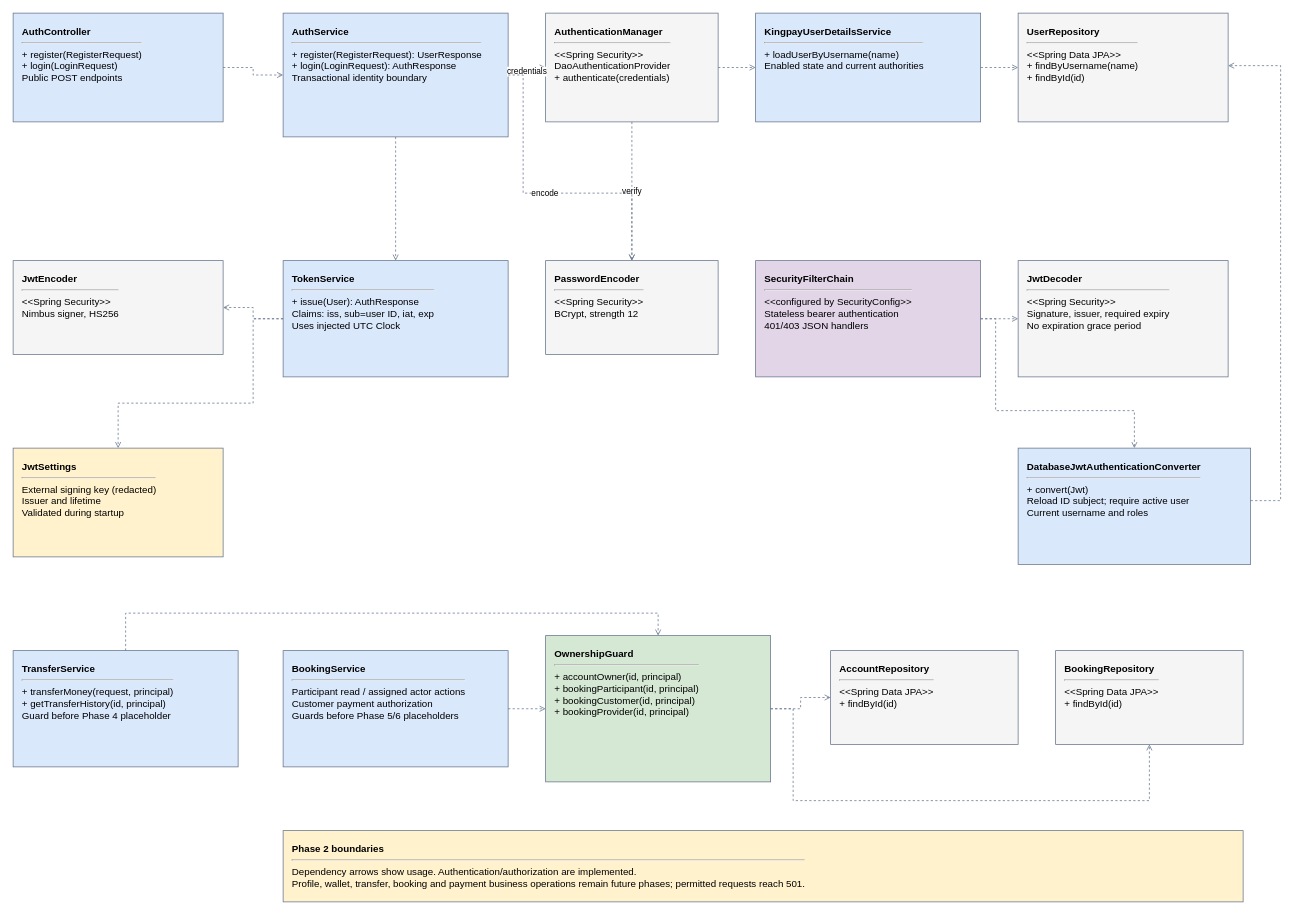
Earlier version of the draw.io diagram page "Phase 2 security" (2 of 3) of Kingpay.drawio (ezra-jeo/MCO1-ezra-jeo). Source tidied: cells renumbered, new cells numbered last; positions are measured from the earlier drawing's top-left corner, leaving out a move shared by most shapes. Both pictures are drawn from the tidied source at 75%, with x=0, y=0 at pixel (13, 13).
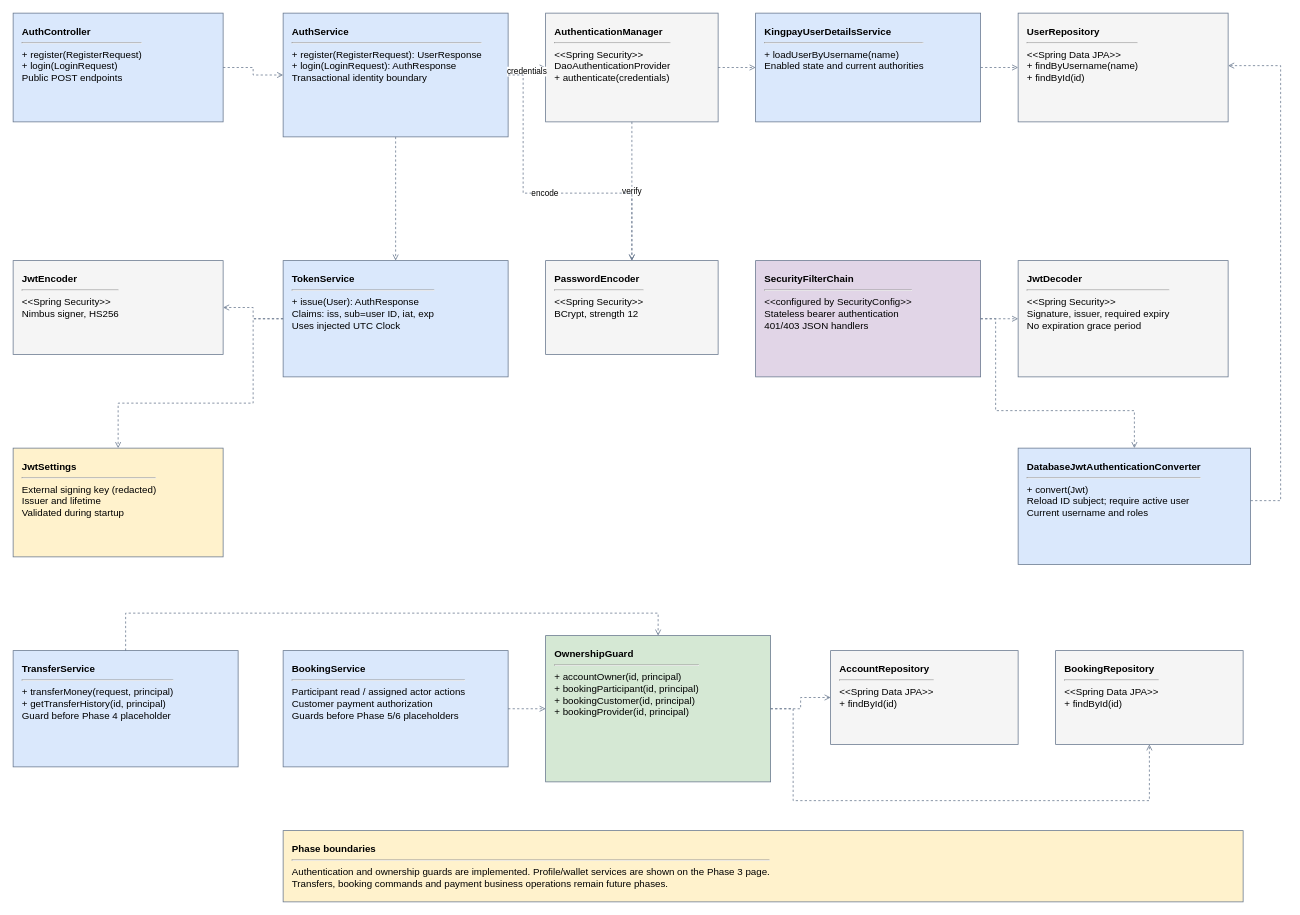
After the change.

The edit, as a diff of the source:
```diff
@@
-    <mxCell id="19" value="&lt;b&gt;Phase 2 boundaries&lt;/b&gt;&lt;hr&gt;Dependency arrows show usage. Authentication/authorization are implemented.&lt;br&gt;Profile, wallet, transfer, booking and payment business operations remain future phases; permitted requests reach 501." style="html=1;whiteSpace=wrap;rounded=0;align=left;verticalAlign=top;spacing=12;fontSize=13;fontFamily=Helvetica;strokeColor=#64748B;fillColor=#FFF2CC;" parent="1" vertex="1">
+    <mxCell id="19" value="&lt;b&gt;Phase boundaries&lt;/b&gt;&lt;hr&gt;Authentication and ownership guards are implemented. Profile/wallet services are shown on the Phase 3 page.&lt;br&gt;Transfers, booking commands and payment business operations remain future phases." style="html=1;whiteSpace=wrap;rounded=0;align=left;verticalAlign=top;spacing=12;fontSize=13;fontFamily=Helvetica;strokeColor=#64748B;fillColor=#FFF2CC;" parent="1" vertex="1">
       <mxGeometry x="360" y="1090" width="1280" height="95" as="geometry" />
     </mxCell>
```
